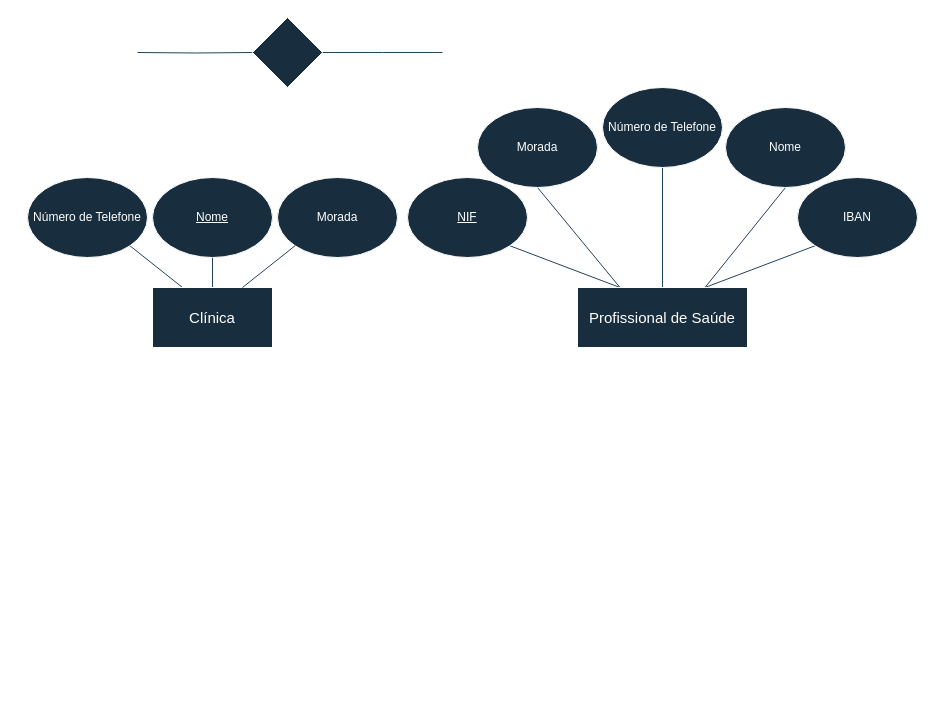
This is page "Page-1" (1 of 2) of diagrams/modelo_EA.drawio from Zane-dev16/BD-projeto-E1, a draw.io file, before an edit. Source tidied: cells renumbered, new cells numbered last; positions are measured from the earlier drawing's top-left corner, leaving out a move shared by most shapes. Both pictures are drawn from the tidied source at 100%, with x=0, y=0 at pixel (27, 17).
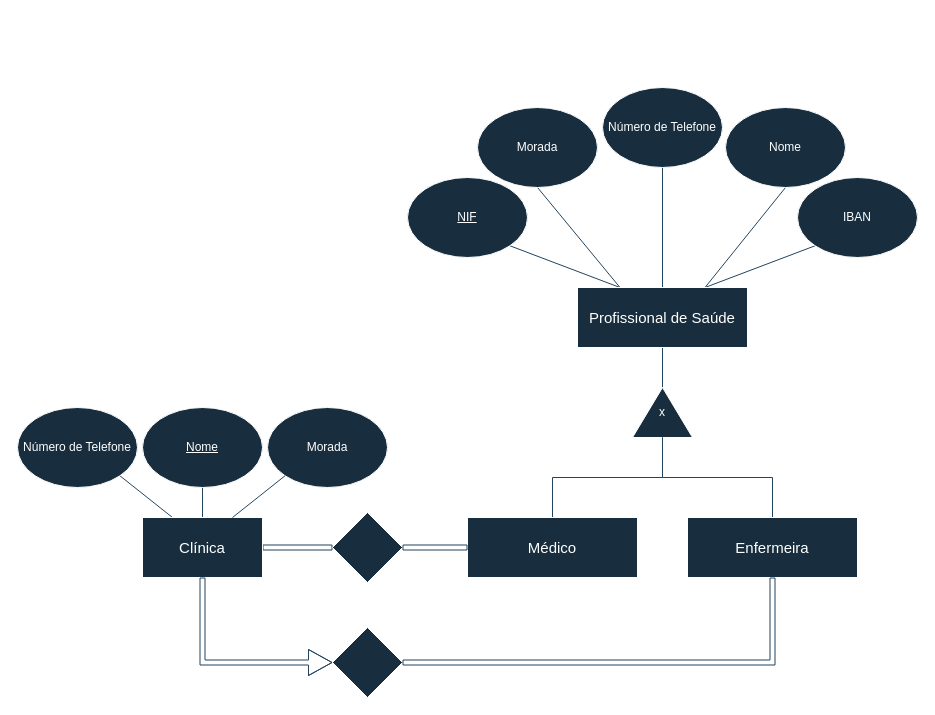
The same page after the edit.

Commit message:
Create doctor and nurse and relevat relationships

Diff of the diagram source:
```diff
@@
+    <mxCell id="24" style="edgeStyle=orthogonalEdgeStyle;rounded=0;jettySize=auto;html=1;exitX=0.5;exitY=1;exitDx=0;exitDy=0;entryX=1;entryY=0.5;entryDx=0;entryDy=0;strokeColor=#23445D;endArrow=none;endFill=0;" parent="1" edge="1" source="7" target="25">
+      <mxGeometry relative="1" as="geometry" />
+    </mxCell>
-    <mxCell id="7" value="&lt;font style=&quot;font-size: 15px;&quot;&gt;Profissional de Saúde&lt;/font&gt;" style="rounded=0;whiteSpace=wrap;html=1;strokeColor=#FFFFFF;fontColor=#FFFFFF;fillColor=#182E3E;" parent="1" vertex="1">
+    <mxCell id="7" value="&lt;span style=&quot;font-size: 15px;&quot;&gt;Profissional de Saúde&lt;/span&gt;" style="rounded=0;whiteSpace=wrap;html=1;strokeColor=#FFFFFF;fontColor=#FFFFFF;fillColor=#182E3E;" parent="1" vertex="1">
       <mxGeometry x="550" y="270" width="170" height="60" as="geometry" />
     </mxCell>
@@
-    <mxCell id="9" style="group;" parent="1" vertex="1">
-      <mxGeometry y="160" width="375" height="210" as="geometry" />
-    </mxCell>
+    <mxCell id="17" value="Morada" style="ellipse;whiteSpace=wrap;html=1;labelBackgroundColor=none;fillColor=#182E3E;strokeColor=#FFFFFF;fontColor=#FFFFFF;" parent="1" vertex="1">
+      <mxGeometry x="450" y="90" width="120" height="80" as="geometry" />
+    </mxCell>
+    <mxCell id="18" value="Número de Telefone" style="ellipse;whiteSpace=wrap;html=1;labelBackgroundColor=none;fillColor=#182E3E;strokeColor=#FFFFFF;fontColor=#FFFFFF;" parent="1" vertex="1">
+      <mxGeometry x="575" y="70" width="120" height="80" as="geometry" />
+    </mxCell>
+    <mxCell id="19" value="Nome" style="ellipse;whiteSpace=wrap;html=1;labelBackgroundColor=none;fillColor=#182E3E;strokeColor=#FFFFFF;fontColor=#FFFFFF;" parent="1" vertex="1">
+      <mxGeometry x="698" y="90" width="120" height="80" as="geometry" />
+    </mxCell>
+    <mxCell id="20" value="IBAN" style="ellipse;whiteSpace=wrap;html=1;labelBackgroundColor=none;fillColor=#182E3E;strokeColor=#FFFFFF;fontColor=#FFFFFF;" parent="1" vertex="1">
+      <mxGeometry x="770" y="160" width="120" height="80" as="geometry" />
+    </mxCell>
+    <mxCell id="21" style="edgeStyle=orthogonalEdgeStyle;rounded=0;jettySize=auto;html=1;exitX=1;exitY=0.5;exitDx=0;exitDy=0;strokeColor=#23445D;endArrow=none;endFill=0;startArrow=none;startFill=0;entryX=0;entryY=0.5;entryDx=0;entryDy=0;shape=flexArrow;width=5;endSize=7.5;" parent="1" edge="1" source="12" target="23">
+      <mxGeometry relative="1" as="geometry" />
+    </mxCell>
+    <mxCell id="23" style="rhombus;whiteSpace=wrap;html=1;strokeColor=#FFFFFF;fontColor=#FFFFFF;fillColor=#182E3E;" parent="1" vertex="1">
+      <mxGeometry x="305" y="495" width="70" height="70" as="geometry" />
+    </mxCell>
+    <mxCell id="25" value="x" style="triangle;whiteSpace=wrap;html=1;strokeColor=#FFFFFF;fontColor=#FFFFFF;fillColor=#182E3E;direction=north;rotation=0;" parent="1" vertex="1">
+      <mxGeometry x="605" y="370" width="60" height="50" as="geometry" />
+    </mxCell>
+    <mxCell id="26" style="edgeStyle=orthogonalEdgeStyle;rounded=0;jettySize=auto;html=1;exitX=0.5;exitY=0;exitDx=0;exitDy=0;entryX=0;entryY=0.5;entryDx=0;entryDy=0;strokeColor=#23445D;endArrow=none;endFill=0;" parent="1" edge="1" source="27" target="25">
+      <mxGeometry relative="1" as="geometry" />
+    </mxCell>
+    <mxCell id="27" value="&lt;span style=&quot;font-size: 15px;&quot;&gt;Médico&lt;/span&gt;" style="rounded=0;whiteSpace=wrap;html=1;strokeColor=#FFFFFF;fontColor=#FFFFFF;fillColor=#182E3E;" parent="1" vertex="1">
+      <mxGeometry x="440" y="500" width="170" height="60" as="geometry" />
+    </mxCell>
+    <mxCell id="28" style="edgeStyle=orthogonalEdgeStyle;rounded=0;jettySize=auto;html=1;exitX=0.5;exitY=0;exitDx=0;exitDy=0;entryX=0;entryY=0.5;entryDx=0;entryDy=0;strokeColor=#23445D;endArrow=none;endFill=0;" parent="1" edge="1" source="29" target="25">
+      <mxGeometry relative="1" as="geometry" />
+    </mxCell>
+    <mxCell id="29" value="&lt;span style=&quot;font-size: 15px;&quot;&gt;Enfermeira&lt;/span&gt;" style="rounded=0;whiteSpace=wrap;html=1;strokeColor=#FFFFFF;fontColor=#FFFFFF;fillColor=#182E3E;" parent="1" vertex="1">
+      <mxGeometry x="660" y="500" width="170" height="60" as="geometry" />
+    </mxCell>
-    <mxCell id="10" style="edgeStyle=orthogonalEdgeStyle;rounded=0;jettySize=auto;html=1;exitX=0.5;exitY=0;exitDx=0;exitDy=0;entryX=0.5;entryY=1;entryDx=0;entryDy=0;endArrow=none;endFill=0;labelBackgroundColor=none;strokeColor=#23445D;fontColor=default;" parent="9" edge="1" source="12" target="13">
+    <mxCell id="10" style="edgeStyle=orthogonalEdgeStyle;rounded=0;jettySize=auto;html=1;exitX=0.5;exitY=0;exitDx=0;exitDy=0;entryX=0.5;entryY=1;entryDx=0;entryDy=0;endArrow=none;endFill=0;labelBackgroundColor=none;strokeColor=#23445D;fontColor=default;" parent="1" edge="1" source="12" target="13">
       <mxGeometry relative="1" as="geometry" />
     </mxCell>
-    <mxCell id="11" style="rounded=0;jettySize=auto;html=1;exitX=0.25;exitY=0;exitDx=0;exitDy=0;strokeColor=#23445D;startArrow=none;startFill=0;endArrow=none;endFill=0;entryX=1;entryY=1;entryDx=0;entryDy=0;" parent="9" edge="1" source="12" target="16">
+    <mxCell id="11" style="rounded=0;jettySize=auto;html=1;exitX=0.25;exitY=0;exitDx=0;exitDy=0;strokeColor=#23445D;startArrow=none;startFill=0;endArrow=none;endFill=0;entryX=1;entryY=1;entryDx=0;entryDy=0;" parent="1" edge="1" source="12" target="16">
       <mxGeometry relative="1" as="geometry" />
     </mxCell>
-    <mxCell id="12" value="&lt;font style=&quot;font-size: 15px;&quot;&gt;Clínica&lt;/font&gt;" style="rounded=0;whiteSpace=wrap;html=1;labelBackgroundColor=none;fillColor=#182E3E;strokeColor=#FFFFFF;fontColor=#FFFFFF;" parent="9" vertex="1">
-      <mxGeometry x="125" y="110" width="120" height="60" as="geometry" />
+    <mxCell id="12" value="&lt;font style=&quot;font-size: 15px;&quot;&gt;Clínica&lt;/font&gt;" style="rounded=0;whiteSpace=wrap;html=1;labelBackgroundColor=none;fillColor=#182E3E;strokeColor=#FFFFFF;fontColor=#FFFFFF;" parent="1" vertex="1">
+      <mxGeometry x="115" y="500" width="120" height="60" as="geometry" />
     </mxCell>
-    <mxCell id="13" value="&lt;u&gt;Nome&lt;/u&gt;" style="ellipse;whiteSpace=wrap;html=1;labelBackgroundColor=none;fillColor=#182E3E;strokeColor=#FFFFFF;fontColor=#FFFFFF;" parent="9" vertex="1">
-      <mxGeometry x="125" width="120" height="80" as="geometry" />
+    <mxCell id="13" value="&lt;u&gt;Nome&lt;/u&gt;" style="ellipse;whiteSpace=wrap;html=1;labelBackgroundColor=none;fillColor=#182E3E;strokeColor=#FFFFFF;fontColor=#FFFFFF;" parent="1" vertex="1">
+      <mxGeometry x="115" y="390" width="120" height="80" as="geometry" />
     </mxCell>
-    <mxCell id="14" value="Morada" style="ellipse;whiteSpace=wrap;html=1;labelBackgroundColor=none;fillColor=#182E3E;strokeColor=#FFFFFF;fontColor=#FFFFFF;" parent="9" vertex="1">
-      <mxGeometry x="250" width="120" height="80" as="geometry" />
+    <mxCell id="14" value="Morada" style="ellipse;whiteSpace=wrap;html=1;labelBackgroundColor=none;fillColor=#182E3E;strokeColor=#FFFFFF;fontColor=#FFFFFF;" parent="1" vertex="1">
+      <mxGeometry x="240" y="390" width="120" height="80" as="geometry" />
     </mxCell>
-    <mxCell id="15" style="endArrow=none;html=1;rounded=0;entryX=0;entryY=1;entryDx=0;entryDy=0;exitX=0.75;exitY=0;exitDx=0;exitDy=0;labelBackgroundColor=none;strokeColor=#23445D;fontColor=default;" parent="9" edge="1" source="12" target="14">
+    <mxCell id="15" style="endArrow=none;html=1;rounded=0;entryX=0;entryY=1;entryDx=0;entryDy=0;exitX=0.75;exitY=0;exitDx=0;exitDy=0;labelBackgroundColor=none;strokeColor=#23445D;fontColor=default;" parent="1" edge="1" source="12" target="14">
       <mxGeometry relative="1" as="geometry" />
     </mxCell>
-    <mxCell id="16" value="Número de Telefone" style="ellipse;whiteSpace=wrap;html=1;labelBackgroundColor=none;fillColor=#182E3E;strokeColor=#FFFFFF;fontColor=#FFFFFF;" parent="9" vertex="1">
-      <mxGeometry width="120" height="80" as="geometry" />
+    <mxCell id="16" value="Número de Telefone" style="ellipse;whiteSpace=wrap;html=1;labelBackgroundColor=none;fillColor=#182E3E;strokeColor=#FFFFFF;fontColor=#FFFFFF;" parent="1" vertex="1">
+      <mxGeometry x="-10" y="390" width="120" height="80" as="geometry" />
     </mxCell>
-    <mxCell id="17" value="Morada" style="ellipse;whiteSpace=wrap;html=1;labelBackgroundColor=none;fillColor=#182E3E;strokeColor=#FFFFFF;fontColor=#FFFFFF;" parent="1" vertex="1">
-      <mxGeometry x="450" y="90" width="120" height="80" as="geometry" />
-    </mxCell>
-    <mxCell id="18" value="Número de Telefone" style="ellipse;whiteSpace=wrap;html=1;labelBackgroundColor=none;fillColor=#182E3E;strokeColor=#FFFFFF;fontColor=#FFFFFF;" parent="1" vertex="1">
-      <mxGeometry x="575" y="70" width="120" height="80" as="geometry" />
-    </mxCell>
-    <mxCell id="19" value="Nome" style="ellipse;whiteSpace=wrap;html=1;labelBackgroundColor=none;fillColor=#182E3E;strokeColor=#FFFFFF;fontColor=#FFFFFF;" parent="1" vertex="1">
-      <mxGeometry x="698" y="90" width="120" height="80" as="geometry" />
-    </mxCell>
-    <mxCell id="20" value="IBAN" style="ellipse;whiteSpace=wrap;html=1;labelBackgroundColor=none;fillColor=#182E3E;strokeColor=#FFFFFF;fontColor=#FFFFFF;" parent="1" vertex="1">
-      <mxGeometry x="770" y="160" width="120" height="80" as="geometry" />
-    </mxCell>
-    <mxCell id="21" style="edgeStyle=orthogonalEdgeStyle;rounded=0;jettySize=auto;html=1;exitX=1;exitY=0.5;exitDx=0;exitDy=0;strokeColor=#23445D;endArrow=none;endFill=0;startArrow=none;startFill=0;entryX=0;entryY=0.5;entryDx=0;entryDy=0;" parent="1" edge="1" target="23">
-      <mxGeometry relative="1" as="geometry">
-        <mxPoint x="110" y="35" as="sourcePoint" />
-      </mxGeometry>
-    </mxCell>
-    <mxCell id="22" style="edgeStyle=orthogonalEdgeStyle;rounded=0;jettySize=auto;html=1;exitX=1;exitY=0.5;exitDx=0;exitDy=0;entryX=0;entryY=0.5;entryDx=0;entryDy=0;strokeColor=#23445D;endArrow=none;endFill=0;" parent="1" edge="1" source="23">
-      <mxGeometry relative="1" as="geometry">
-        <mxPoint x="415" y="35" as="targetPoint" />
-      </mxGeometry>
-    </mxCell>
-    <mxCell id="23" style="rhombus;whiteSpace=wrap;html=1;strokeColor=#FFFFFF;fontColor=#FFFFFF;fillColor=#182E3E;" parent="1" vertex="1">
-      <mxGeometry x="225" width="70" height="70" as="geometry" />
-    </mxCell>
+    <mxCell id="30" style="edgeStyle=orthogonalEdgeStyle;rounded=0;jettySize=auto;html=1;strokeColor=#23445D;endArrow=none;endFill=0;startArrow=none;startFill=0;shape=flexArrow;width=5;endSize=7.5;entryX=0;entryY=0.5;entryDx=0;entryDy=0;exitX=1;exitY=0.5;exitDx=0;exitDy=0;" parent="1" edge="1" source="23" target="27">
+      <mxGeometry relative="1" as="geometry" />
+    </mxCell>
+    <mxCell id="31" style="edgeStyle=orthogonalEdgeStyle;rounded=0;jettySize=auto;html=1;exitX=0.5;exitY=1;exitDx=0;exitDy=0;strokeColor=#23445D;endArrow=block;endFill=0;startArrow=none;startFill=0;entryX=0;entryY=0.5;entryDx=0;entryDy=0;shape=flexArrow;width=5;endSize=7.5;" parent="1" edge="1" source="12" target="32">
+      <mxGeometry relative="1" as="geometry" />
+    </mxCell>
+    <mxCell id="32" style="rhombus;whiteSpace=wrap;html=1;strokeColor=#FFFFFF;fontColor=#FFFFFF;fillColor=#182E3E;" parent="1" vertex="1">
+      <mxGeometry x="305" y="610" width="70" height="70" as="geometry" />
+    </mxCell>
+    <mxCell id="33" style="edgeStyle=orthogonalEdgeStyle;rounded=0;jettySize=auto;html=1;strokeColor=#23445D;endArrow=none;endFill=0;startArrow=none;startFill=0;shape=flexArrow;width=5;endSize=7.5;entryX=0.5;entryY=1;entryDx=0;entryDy=0;exitX=1;exitY=0.5;exitDx=0;exitDy=0;" parent="1" edge="1" source="32" target="29">
+      <mxGeometry relative="1" as="geometry" />
+    </mxCell>
```
